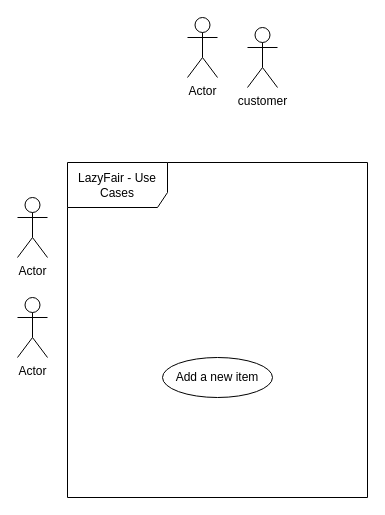
antonykimuom/SWEN30006-2025-SM1-workshop1-tuew05-14-00-team-12 keeps this draw.io diagram as Workshop 1 Use Case Diagram.drawio. Above is the earlier version. Source tidied: cells renumbered, new cells numbered last; positions are measured from the earlier drawing's top-left corner, leaving out a move shared by most shapes. Both pictures are drawn from the tidied source at 100%, with x=0, y=0 at pixel (17, 17).
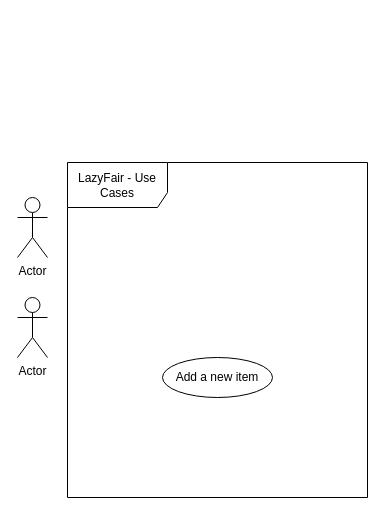
After the change.

Change to the diagram source:
```diff
@@
 <mxGraphModel>
   <root>
     <mxCell id="0" />
     <mxCell id="1" parent="0" />
-    <mxCell id="2" value="Actor" style="shape=umlActor;verticalLabelPosition=bottom;verticalAlign=top;html=1;" parent="1" vertex="1">
-      <mxGeometry x="170" width="30" height="60" as="geometry" />
-    </mxCell>
     <mxCell id="3" value="LazyFair - Use Cases" style="shape=umlFrame;whiteSpace=wrap;html=1;width=100;height=45;" parent="1" vertex="1">
       <mxGeometry x="50" y="145" width="300" height="335" as="geometry" />
     </mxCell>
     <mxCell id="4" value="Add a new item" style="ellipse;whiteSpace=wrap;html=1;" parent="1" vertex="1">
       <mxGeometry x="145" y="340" width="110" height="40" as="geometry" />
     </mxCell>
-    <mxCell id="5" value="customer" style="shape=umlActor;verticalLabelPosition=bottom;verticalAlign=top;html=1;" parent="1" vertex="1">
-      <mxGeometry x="230" y="10" width="30" height="60" as="geometry" />
-    </mxCell>
     <mxCell id="6" value="Actor" style="shape=umlActor;verticalLabelPosition=bottom;verticalAlign=top;html=1;" parent="1" vertex="1">
       <mxGeometry y="180" width="30" height="60" as="geometry" />
     </mxCell>
     <mxCell id="7" value="Actor" style="shape=umlActor;verticalLabelPosition=bottom;verticalAlign=top;html=1;" parent="1" vertex="1">
       <mxGeometry y="280" width="30" height="60" as="geometry" />
     </mxCell>
   </root>
 </mxGraphModel>
```
